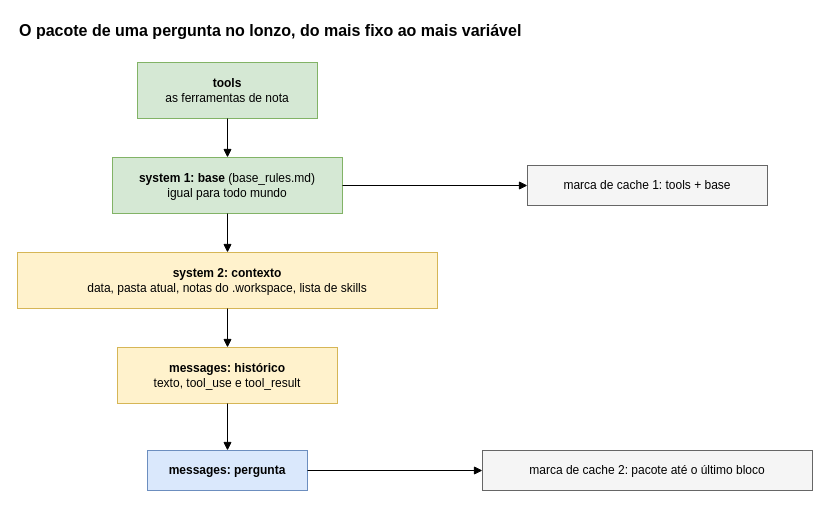
Before: ai/kb/diagramas/pacote-do-lonzo.drawio in LuccaRh/NoteProject, a draw.io diagram. Source tidied: cells renumbered, new cells numbered last; positions are measured from the earlier drawing's top-left corner, leaving out a move shared by most shapes. Both pictures are drawn from the tidied source at 100%, with x=0, y=0 at pixel (17, 17).
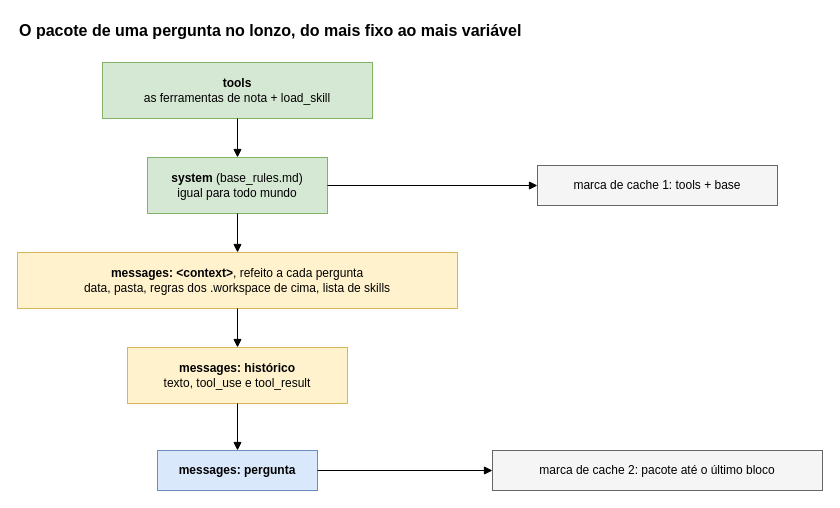
The same diagram, later.

The edit, as a diff of the source:
```diff
@@
-    <mxCell id="3" value="&lt;b&gt;tools&lt;/b&gt;&lt;br&gt;as ferramentas de nota" style="html=1;whiteSpace=wrap;fontSize=12;rounded=0;fillColor=#d5e8d4;strokeColor=#82b366;" parent="1" vertex="1">
-      <mxGeometry x="120" y="45" width="180" height="56" as="geometry" />
+    <mxCell id="3" value="&lt;b&gt;tools&lt;/b&gt;&lt;br&gt;as ferramentas de nota + load_skill" style="html=1;whiteSpace=wrap;fontSize=12;rounded=0;fillColor=#d5e8d4;strokeColor=#82b366;" parent="1" vertex="1">
+      <mxGeometry x="85" y="45" width="270" height="56" as="geometry" />
     </mxCell>
-    <mxCell id="4" value="&lt;b&gt;system 1: base&lt;/b&gt; (base_rules.md)&lt;br&gt;igual para todo mundo" style="html=1;whiteSpace=wrap;fontSize=12;rounded=0;fillColor=#d5e8d4;strokeColor=#82b366;" parent="1" vertex="1">
-      <mxGeometry x="95" y="140" width="230" height="56" as="geometry" />
+    <mxCell id="4" value="&lt;b&gt;system&lt;/b&gt; (base_rules.md)&lt;br&gt;igual para todo mundo" style="html=1;whiteSpace=wrap;fontSize=12;rounded=0;fillColor=#d5e8d4;strokeColor=#82b366;" parent="1" vertex="1">
+      <mxGeometry x="130" y="140" width="180" height="56" as="geometry" />
     </mxCell>
-    <mxCell id="5" value="&lt;b&gt;system 2: contexto&lt;/b&gt;&lt;br&gt;data, pasta atual, notas do .workspace, lista de skills" style="html=1;whiteSpace=wrap;fontSize=12;rounded=0;fillColor=#fff2cc;strokeColor=#d6b656;" parent="1" vertex="1">
-      <mxGeometry y="235" width="420" height="56" as="geometry" />
+    <mxCell id="5" value="&lt;b&gt;messages: &amp;lt;context&amp;gt;&lt;/b&gt;, refeito a cada pergunta&lt;br&gt;data, pasta, regras dos .workspace de cima, lista de skills" style="html=1;whiteSpace=wrap;fontSize=12;rounded=0;fillColor=#fff2cc;strokeColor=#d6b656;" parent="1" vertex="1">
+      <mxGeometry y="235" width="440" height="56" as="geometry" />
     </mxCell>
     <mxCell id="6" value="&lt;b&gt;messages: histórico&lt;/b&gt;&lt;br&gt;texto, tool_use e tool_result" style="html=1;whiteSpace=wrap;fontSize=12;rounded=0;fillColor=#fff2cc;strokeColor=#d6b656;" parent="1" vertex="1">
-      <mxGeometry x="100" y="330" width="220" height="56" as="geometry" />
+      <mxGeometry x="110" y="330" width="220" height="56" as="geometry" />
     </mxCell>
     <mxCell id="7" value="&lt;b&gt;messages: pergunta&lt;/b&gt;" style="html=1;whiteSpace=wrap;fontSize=12;rounded=0;fillColor=#dae8fc;strokeColor=#6c8ebf;" parent="1" vertex="1">
-      <mxGeometry x="130" y="433" width="160" height="40" as="geometry" />
+      <mxGeometry x="140" y="433" width="160" height="40" as="geometry" />
     </mxCell>
     <mxCell id="8" value="marca de cache 1: tools + base" style="html=1;whiteSpace=wrap;fontSize=12;rounded=0;fillColor=#f5f5f5;strokeColor=#666666;" parent="1" vertex="1">
-      <mxGeometry x="510" y="148" width="240" height="40" as="geometry" />
+      <mxGeometry x="520" y="148" width="240" height="40" as="geometry" />
     </mxCell>
     <mxCell id="9" value="marca de cache 2: pacote até o último bloco" style="html=1;whiteSpace=wrap;fontSize=12;rounded=0;fillColor=#f5f5f5;strokeColor=#666666;" parent="1" vertex="1">
-      <mxGeometry x="465" y="433" width="330" height="40" as="geometry" />
+      <mxGeometry x="475" y="433" width="330" height="40" as="geometry" />
     </mxCell>
     <mxCell id="10" style="html=1;rounded=0;endArrow=block;endFill=1;startArrow=none;" parent="1" edge="1">
       <mxGeometry relative="1" as="geometry">
-        <mxPoint x="210" y="101" as="sourcePoint" />
-        <mxPoint x="210" y="140" as="targetPoint" />
+        <mxPoint x="220" y="101" as="sourcePoint" />
+        <mxPoint x="220" y="140" as="targetPoint" />
       </mxGeometry>
     </mxCell>
     <mxCell id="11" style="html=1;rounded=0;endArrow=block;endFill=1;startArrow=none;" parent="1" edge="1">
       <mxGeometry relative="1" as="geometry">
-        <mxPoint x="210" y="196" as="sourcePoint" />
-        <mxPoint x="210" y="235" as="targetPoint" />
+        <mxPoint x="220" y="196" as="sourcePoint" />
+        <mxPoint x="220" y="235" as="targetPoint" />
       </mxGeometry>
     </mxCell>
     <mxCell id="12" style="html=1;rounded=0;endArrow=block;endFill=1;startArrow=none;" parent="1" edge="1">
       <mxGeometry relative="1" as="geometry">
-        <mxPoint x="210" y="291" as="sourcePoint" />
-        <mxPoint x="210" y="330" as="targetPoint" />
+        <mxPoint x="220" y="291" as="sourcePoint" />
+        <mxPoint x="220" y="330" as="targetPoint" />
       </mxGeometry>
     </mxCell>
     <mxCell id="13" style="html=1;rounded=0;endArrow=block;endFill=1;startArrow=none;" parent="1" edge="1">
       <mxGeometry relative="1" as="geometry">
-        <mxPoint x="210" y="386" as="sourcePoint" />
-        <mxPoint x="210" y="433" as="targetPoint" />
+        <mxPoint x="220" y="386" as="sourcePoint" />
+        <mxPoint x="220" y="433" as="targetPoint" />
       </mxGeometry>
     </mxCell>
     <mxCell id="14" style="html=1;rounded=0;endArrow=block;endFill=1;startArrow=none;" parent="1" edge="1">
       <mxGeometry relative="1" as="geometry">
-        <mxPoint x="325" y="168" as="sourcePoint" />
-        <mxPoint x="510" y="168" as="targetPoint" />
+        <mxPoint x="310" y="168" as="sourcePoint" />
+        <mxPoint x="520" y="168" as="targetPoint" />
       </mxGeometry>
     </mxCell>
     <mxCell id="15" style="html=1;rounded=0;endArrow=block;endFill=1;startArrow=none;" parent="1" edge="1">
       <mxGeometry relative="1" as="geometry">
-        <mxPoint x="290" y="453" as="sourcePoint" />
-        <mxPoint x="465" y="453" as="targetPoint" />
+        <mxPoint x="300" y="453" as="sourcePoint" />
+        <mxPoint x="475" y="453" as="targetPoint" />
       </mxGeometry>
     </mxCell>
```
